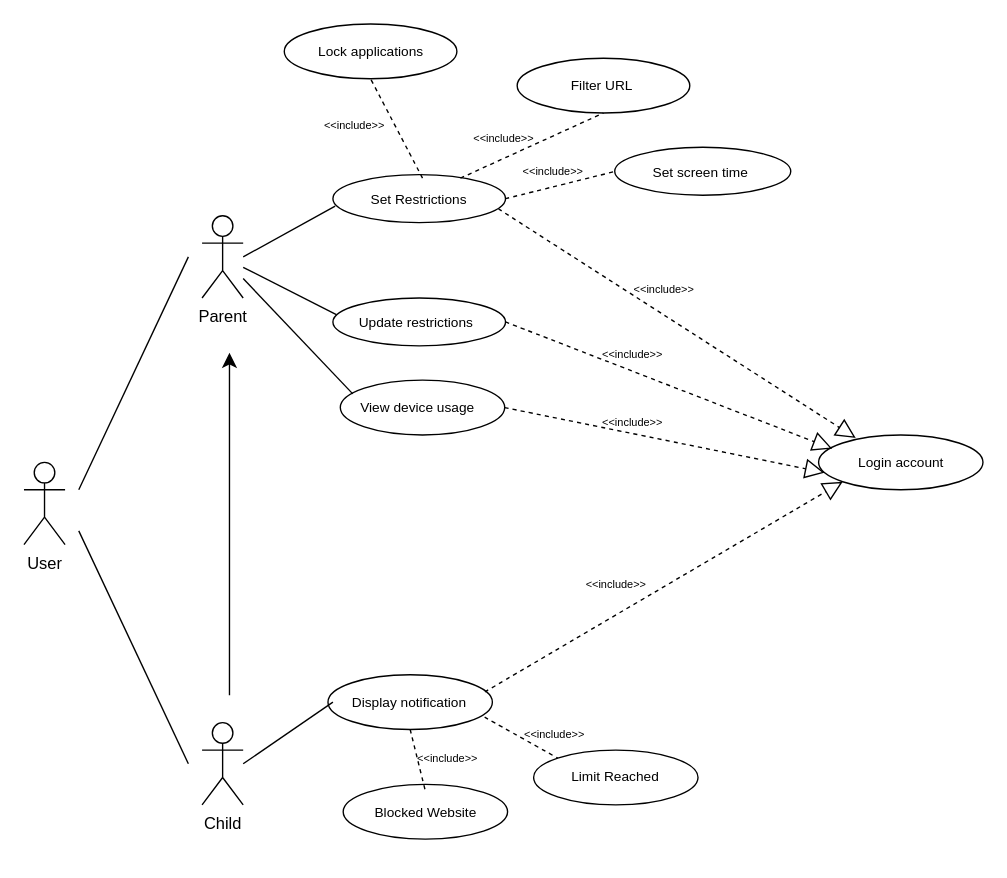
Earlier version of the draw.io diagram design.drawio (Inco9nit0/Parental-Lock-System-Project-FYP-). Source tidied: cells renumbered, new cells numbered last; positions are measured from the earlier drawing's top-left corner, leaving out a move shared by most shapes. Both pictures are drawn from the tidied source at 137%, with x=0, y=0 at pixel (23, 23).
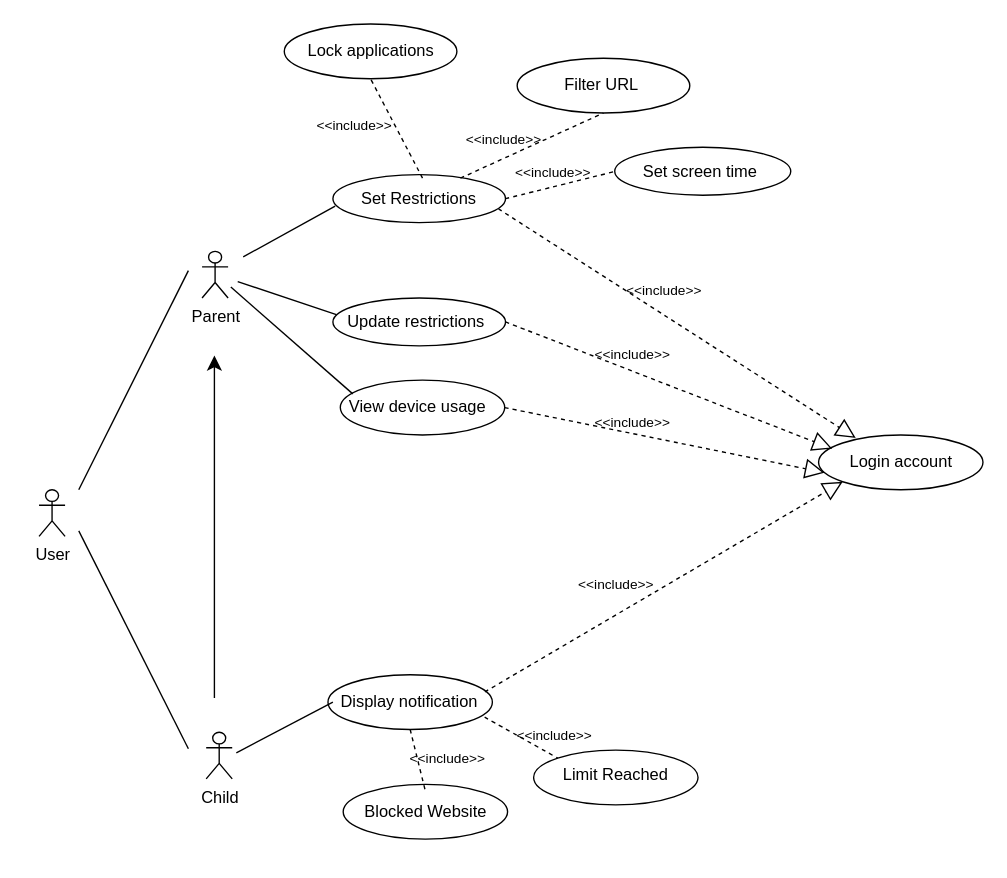
Above is the later version.

Unchanged cells that the change refers to:
```xml
<mxCell id="4" style="ellipse;whiteSpace=wrap;html=1;" parent="1" vertex="1">
  <mxGeometry x="225.5" y="200" width="126" height="35" as="geometry" />
</mxCell>
```

What changed in the source:
```diff
@@
     <mxCell id="6" value="User&lt;div&gt;&lt;br&gt;&lt;/div&gt;" style="shape=umlActor;verticalLabelPosition=bottom;verticalAlign=top;html=1;" parent="1" vertex="1">
-      <mxGeometry y="320" width="30" height="60" as="geometry" />
+      <mxGeometry x="11" y="340" width="19" height="34" as="geometry" />
     </mxCell>
     <mxCell id="7" value="Parent&lt;div&gt;&lt;br&gt;&lt;/div&gt;" style="shape=umlActor;verticalLabelPosition=bottom;verticalAlign=top;html=1;outlineConnect=0;" parent="1" vertex="1">
-      <mxGeometry x="130" y="140" width="30" height="60" as="geometry" />
+      <mxGeometry x="130" y="166" width="19" height="34" as="geometry" />
     </mxCell>
     <mxCell id="8" value="Child&lt;div&gt;&lt;br&gt;&lt;/div&gt;" style="shape=umlActor;verticalLabelPosition=bottom;verticalAlign=top;html=1;" parent="1" vertex="1">
-      <mxGeometry x="130" y="510" width="30" height="60" as="geometry" />
+      <mxGeometry x="133" y="517" width="19" height="34" as="geometry" />
     </mxCell>
     <mxCell id="9" style="endArrow=none;html=1;rounded=0;fontSize=12;startSize=8;endSize=8;curved=1;" parent="1" edge="1">
       <mxGeometry relative="1" as="geometry">
         <mxPoint x="40" y="340" as="sourcePoint" />
-        <mxPoint x="120" y="170" as="targetPoint" />
+        <mxPoint x="120" y="180" as="targetPoint" />
       </mxGeometry>
     </mxCell>
     <mxCell id="10" style="endArrow=none;html=1;rounded=0;fontSize=12;startSize=8;endSize=8;curved=1;" parent="1" edge="1">
       <mxGeometry relative="1" as="geometry">
         <mxPoint x="40" y="370" as="sourcePoint" />
-        <mxPoint x="120" y="540" as="targetPoint" />
+        <mxPoint x="120" y="529" as="targetPoint" />
       </mxGeometry>
     </mxCell>
     <mxCell id="11" style="endArrow=classic;html=1;rounded=0;fontSize=12;startSize=8;endSize=8;curved=1;" parent="1" edge="1">
       <mxGeometry relative="1" as="geometry">
-        <mxPoint x="150" y="490" as="sourcePoint" />
-        <mxPoint x="150" y="240" as="targetPoint" />
+        <mxPoint x="139" y="492" as="sourcePoint" />
+        <mxPoint x="139" y="242" as="targetPoint" />
       </mxGeometry>
     </mxCell>
-    <mxCell id="12" value="Filter URL&amp;nbsp;" style="text;html=1;align=center;verticalAlign=middle;whiteSpace=wrap;rounded=0;fontSize=10;" parent="1" vertex="1">
+    <mxCell id="12" value="Filter URL&amp;nbsp;" style="text;html=1;align=center;verticalAlign=middle;whiteSpace=wrap;rounded=0;fontSize=12;" parent="1" vertex="1">
       <mxGeometry x="367.5" y="30" width="111" height="30" as="geometry" />
     </mxCell>
@@
-    <mxCell id="14" value="Set screen time&amp;nbsp;" style="text;html=1;align=center;verticalAlign=middle;whiteSpace=wrap;rounded=0;fontSize=10;" parent="1" vertex="1">
+    <mxCell id="14" value="Set screen time&amp;nbsp;" style="text;html=1;align=center;verticalAlign=middle;whiteSpace=wrap;rounded=0;fontSize=12;" parent="1" vertex="1">
       <mxGeometry x="440" y="92.5" width="111" height="30" as="geometry" />
     </mxCell>
@@
-    <mxCell id="16" value="Lock applications" style="text;html=1;align=center;verticalAlign=middle;whiteSpace=wrap;rounded=0;fontSize=10;" parent="1" vertex="1">
+    <mxCell id="16" value="Lock applications" style="text;html=1;align=center;verticalAlign=middle;whiteSpace=wrap;rounded=0;fontSize=12;" parent="1" vertex="1">
       <mxGeometry x="197.5" y="5" width="111" height="30" as="geometry" />
     </mxCell>
@@
-    <mxCell id="18" value="Update restrictions" style="text;html=1;align=center;verticalAlign=middle;whiteSpace=wrap;rounded=0;fontSize=10;" parent="1" vertex="1">
+    <mxCell id="18" value="Update restrictions" style="text;html=1;align=center;verticalAlign=middle;whiteSpace=wrap;rounded=0;fontSize=12;" parent="1" vertex="1">
       <mxGeometry x="230.9" y="202.5" width="111" height="30" as="geometry" />
     </mxCell>
-    <mxCell id="19" style="endArrow=none;html=1;rounded=0;fontSize=12;startSize=8;endSize=8;curved=1;entryX=0.02;entryY=0.348;entryDx=0;entryDy=0;entryPerimeter=0;" parent="1" edge="1" source="7" target="4">
-      <mxGeometry relative="1" as="geometry" />
+    <mxCell id="19" style="endArrow=none;html=1;rounded=0;fontSize=12;startSize=8;endSize=8;curved=1;entryX=0.02;entryY=0.348;entryDx=0;entryDy=0;entryPerimeter=0;" parent="1" edge="1" target="4">
+      <mxGeometry relative="1" as="geometry">
+        <mxPoint x="156" y="188" as="sourcePoint" />
+      </mxGeometry>
     </mxCell>
@@
-    <mxCell id="22" value="View device usage" style="text;html=1;align=center;verticalAlign=middle;whiteSpace=wrap;rounded=0;fontSize=10;" parent="1" vertex="1">
+    <mxCell id="22" value="View device usage" style="text;html=1;align=center;verticalAlign=middle;whiteSpace=wrap;rounded=0;fontSize=12;" parent="1" vertex="1">
       <mxGeometry x="235.4" y="265" width="104.6" height="30" as="geometry" />
     </mxCell>
-    <mxCell id="23" style="endArrow=none;html=1;rounded=0;fontSize=12;startSize=8;endSize=8;curved=1;" parent="1" edge="1" source="7">
+    <mxCell id="23" style="endArrow=none;html=1;rounded=0;fontSize=12;startSize=8;endSize=8;curved=1;" parent="1" edge="1">
       <mxGeometry relative="1" as="geometry">
+        <mxPoint x="151" y="192" as="sourcePoint" />
         <mxPoint x="240" y="270" as="targetPoint" />
       </mxGeometry>
     </mxCell>
@@
-    <mxCell id="25" value="Display notification" style="text;html=1;align=center;verticalAlign=middle;whiteSpace=wrap;rounded=0;fontSize=10;" parent="1" vertex="1">
+    <mxCell id="25" value="Display notification" style="text;html=1;align=center;verticalAlign=middle;whiteSpace=wrap;rounded=0;fontSize=12;" parent="1" vertex="1">
       <mxGeometry x="225.5" y="480" width="111" height="30" as="geometry" />
     </mxCell>
     <mxCell id="26" style="endArrow=none;html=1;rounded=0;fontSize=12;startSize=8;endSize=8;curved=1;entryX=0;entryY=0.5;entryDx=0;entryDy=0;" parent="1" edge="1" target="25">
       <mxGeometry relative="1" as="geometry">
-        <mxPoint x="160" y="540" as="sourcePoint" />
+        <mxPoint x="155" y="532" as="sourcePoint" />
       </mxGeometry>
     </mxCell>
@@
-    <mxCell id="29" value="Blocked Website" style="text;html=1;align=center;verticalAlign=middle;whiteSpace=wrap;rounded=0;fontSize=10;" parent="1" vertex="1">
+    <mxCell id="29" value="Blocked Website" style="text;html=1;align=center;verticalAlign=middle;whiteSpace=wrap;rounded=0;fontSize=12;" parent="1" vertex="1">
       <mxGeometry x="237.5" y="560" width="111" height="30" as="geometry" />
     </mxCell>
-    <mxCell id="30" value="&amp;nbsp;Limit Reached&lt;div&gt;&lt;br/&gt;&lt;/div&gt;" style="text;html=1;align=center;verticalAlign=middle;whiteSpace=wrap;rounded=0;fontSize=10;" parent="1" vertex="1">
+    <mxCell id="30" value="&amp;nbsp;Limit Reached&lt;div&gt;&lt;br/&gt;&lt;/div&gt;" style="text;html=1;align=center;verticalAlign=middle;whiteSpace=wrap;rounded=0;fontSize=12;" parent="1" vertex="1">
       <mxGeometry x="375" y="540" width="111" height="30" as="geometry" />
     </mxCell>
@@
-    <mxCell id="33" value="&lt;div&gt;Login account&lt;/div&gt;" style="text;html=1;align=center;verticalAlign=middle;whiteSpace=wrap;rounded=0;fontSize=10;" parent="1" vertex="1">
+    <mxCell id="33" value="&lt;div&gt;Login account&lt;/div&gt;" style="text;html=1;align=center;verticalAlign=middle;whiteSpace=wrap;rounded=0;fontSize=12;" parent="1" vertex="1">
       <mxGeometry x="584.5" y="305" width="111" height="30" as="geometry" />
     </mxCell>
@@
-    <mxCell id="38" value="&amp;lt;&amp;lt;include&amp;gt;&amp;gt;" style="text;html=1;align=center;verticalAlign=middle;whiteSpace=wrap;rounded=0;fontSize=8;" parent="1" vertex="1">
+    <mxCell id="38" value="&amp;lt;&amp;lt;include&amp;gt;&amp;gt;" style="text;html=1;align=center;verticalAlign=middle;whiteSpace=wrap;rounded=0;fontSize=10;" parent="1" vertex="1">
       <mxGeometry x="432.5" y="185" width="68.5" height="17.5" as="geometry" />
     </mxCell>
-    <mxCell id="39" value="&amp;lt;&amp;lt;include&amp;gt;&amp;gt;" style="text;html=1;align=center;verticalAlign=middle;whiteSpace=wrap;rounded=0;fontSize=8;" parent="1" vertex="1">
+    <mxCell id="39" value="&amp;lt;&amp;lt;include&amp;gt;&amp;gt;" style="text;html=1;align=center;verticalAlign=middle;whiteSpace=wrap;rounded=0;fontSize=10;" parent="1" vertex="1">
       <mxGeometry x="410" y="232.5" width="68.5" height="17.5" as="geometry" />
     </mxCell>
-    <mxCell id="40" value="&amp;lt;&amp;lt;include&amp;gt;&amp;gt;" style="text;html=1;align=center;verticalAlign=middle;whiteSpace=wrap;rounded=0;fontSize=8;" parent="1" vertex="1">
+    <mxCell id="40" value="&amp;lt;&amp;lt;include&amp;gt;&amp;gt;" style="text;html=1;align=center;verticalAlign=middle;whiteSpace=wrap;rounded=0;fontSize=10;" parent="1" vertex="1">
       <mxGeometry x="410" y="282.5" width="68.5" height="17.5" as="geometry" />
     </mxCell>
-    <mxCell id="41" value="&amp;lt;&amp;lt;include&amp;gt;&amp;gt;" style="text;html=1;align=center;verticalAlign=middle;whiteSpace=wrap;rounded=0;fontSize=8;" parent="1" vertex="1">
+    <mxCell id="41" value="&amp;lt;&amp;lt;include&amp;gt;&amp;gt;" style="text;html=1;align=center;verticalAlign=middle;whiteSpace=wrap;rounded=0;fontSize=10;" parent="1" vertex="1">
       <mxGeometry x="397.8" y="400" width="68.5" height="17.5" as="geometry" />
     </mxCell>
@@
-    <mxCell id="45" value="&amp;lt;&amp;lt;include&amp;gt;&amp;gt;" style="text;html=1;align=center;verticalAlign=middle;whiteSpace=wrap;rounded=0;fontSize=8;" parent="1" vertex="1">
+    <mxCell id="45" value="&amp;lt;&amp;lt;include&amp;gt;&amp;gt;" style="text;html=1;align=center;verticalAlign=middle;whiteSpace=wrap;rounded=0;fontSize=10;" parent="1" vertex="1">
       <mxGeometry x="353" y="510" width="68.5" height="17.5" as="geometry" />
     </mxCell>
-    <mxCell id="46" value="&amp;lt;&amp;lt;include&amp;gt;&amp;gt;" style="text;html=1;align=center;verticalAlign=middle;whiteSpace=wrap;rounded=0;fontSize=8;" parent="1" vertex="1">
+    <mxCell id="46" value="&amp;lt;&amp;lt;include&amp;gt;&amp;gt;" style="text;html=1;align=center;verticalAlign=middle;whiteSpace=wrap;rounded=0;fontSize=10;" parent="1" vertex="1">
       <mxGeometry x="275" y="527.5" width="68.5" height="17.5" as="geometry" />
     </mxCell>
-    <mxCell id="47" value="&amp;lt;&amp;lt;include&amp;gt;&amp;gt;" style="text;html=1;align=center;verticalAlign=middle;whiteSpace=wrap;rounded=0;fontSize=8;" parent="1" vertex="1">
+    <mxCell id="47" value="&amp;lt;&amp;lt;include&amp;gt;&amp;gt;" style="text;html=1;align=center;verticalAlign=middle;whiteSpace=wrap;rounded=0;fontSize=10;" parent="1" vertex="1">
       <mxGeometry x="206.5" y="65" width="68.5" height="17.5" as="geometry" />
     </mxCell>
-    <mxCell id="48" value="&amp;lt;&amp;lt;include&amp;gt;&amp;gt;" style="text;html=1;align=center;verticalAlign=middle;whiteSpace=wrap;rounded=0;fontSize=8;" parent="1" vertex="1">
+    <mxCell id="48" value="&amp;lt;&amp;lt;include&amp;gt;&amp;gt;" style="text;html=1;align=center;verticalAlign=middle;whiteSpace=wrap;rounded=0;fontSize=10;" parent="1" vertex="1">
       <mxGeometry x="316" y="75" width="68.5" height="17.5" as="geometry" />
     </mxCell>
-    <mxCell id="49" value="&amp;lt;&amp;lt;include&amp;gt;&amp;gt;" style="text;html=1;align=center;verticalAlign=middle;whiteSpace=wrap;rounded=0;fontSize=8;" parent="1" vertex="1">
+    <mxCell id="49" value="&amp;lt;&amp;lt;include&amp;gt;&amp;gt;" style="text;html=1;align=center;verticalAlign=middle;whiteSpace=wrap;rounded=0;fontSize=10;" parent="1" vertex="1">
       <mxGeometry x="351.5" y="98.8" width="68.5" height="17.5" as="geometry" />
     </mxCell>
-    <mxCell id="50" value="Set Restrictions" style="text;html=1;align=center;verticalAlign=middle;whiteSpace=wrap;rounded=0;fontSize=10;" parent="1" vertex="1">
+    <mxCell id="50" value="Set Restrictions" style="text;html=1;align=center;verticalAlign=middle;whiteSpace=wrap;rounded=0;fontSize=12;" parent="1" vertex="1">
       <mxGeometry x="233" y="112.5" width="111" height="30" as="geometry" />
     </mxCell>
```
